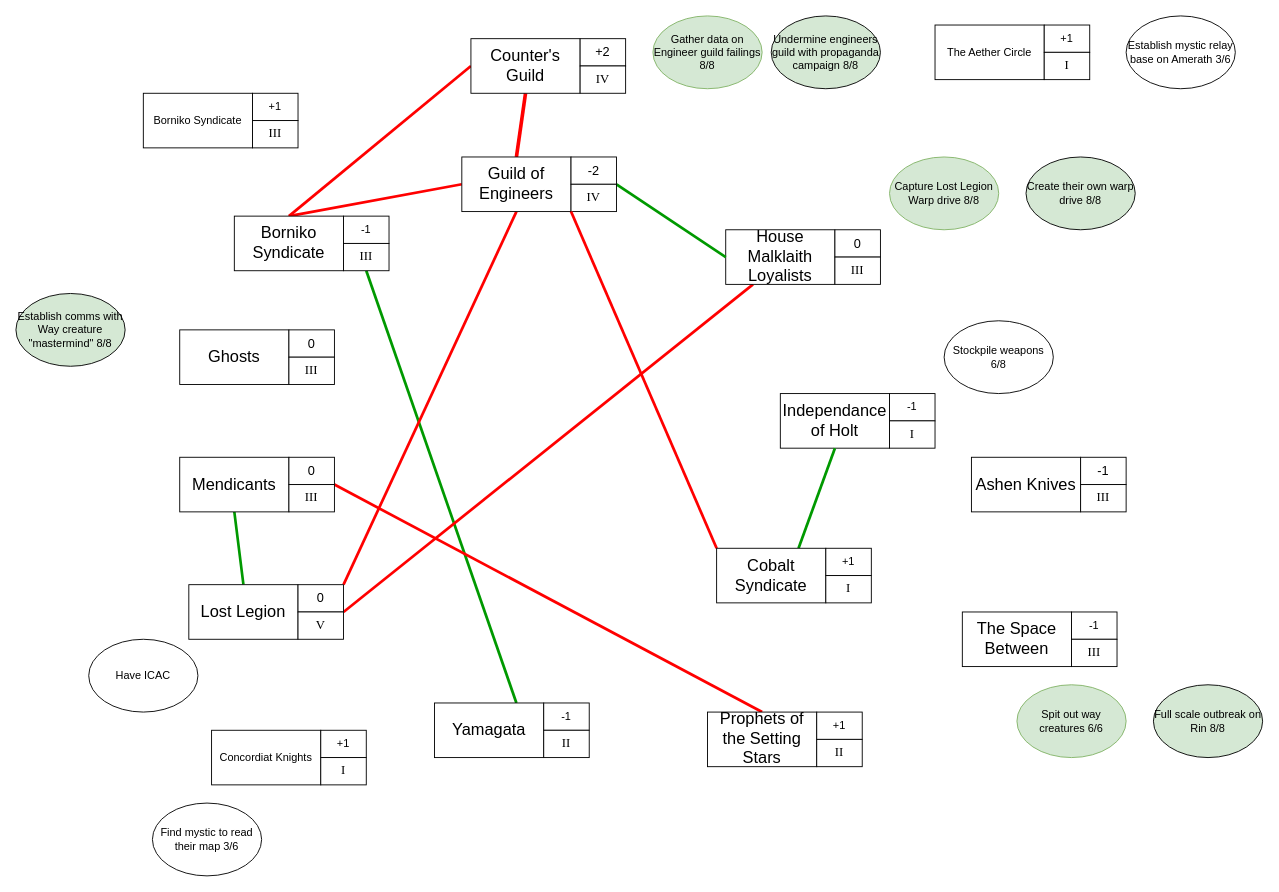
Before: SaV_Season2.drawio in decyne/rpg-prep, a draw.io diagram. Source tidied: cells renumbered, new cells numbered last; positions are measured from the earlier drawing's top-left corner, leaving out a move shared by most shapes. Both pictures are drawn from the tidied source at 91%, with x=0, y=0 at pixel (15, 15).
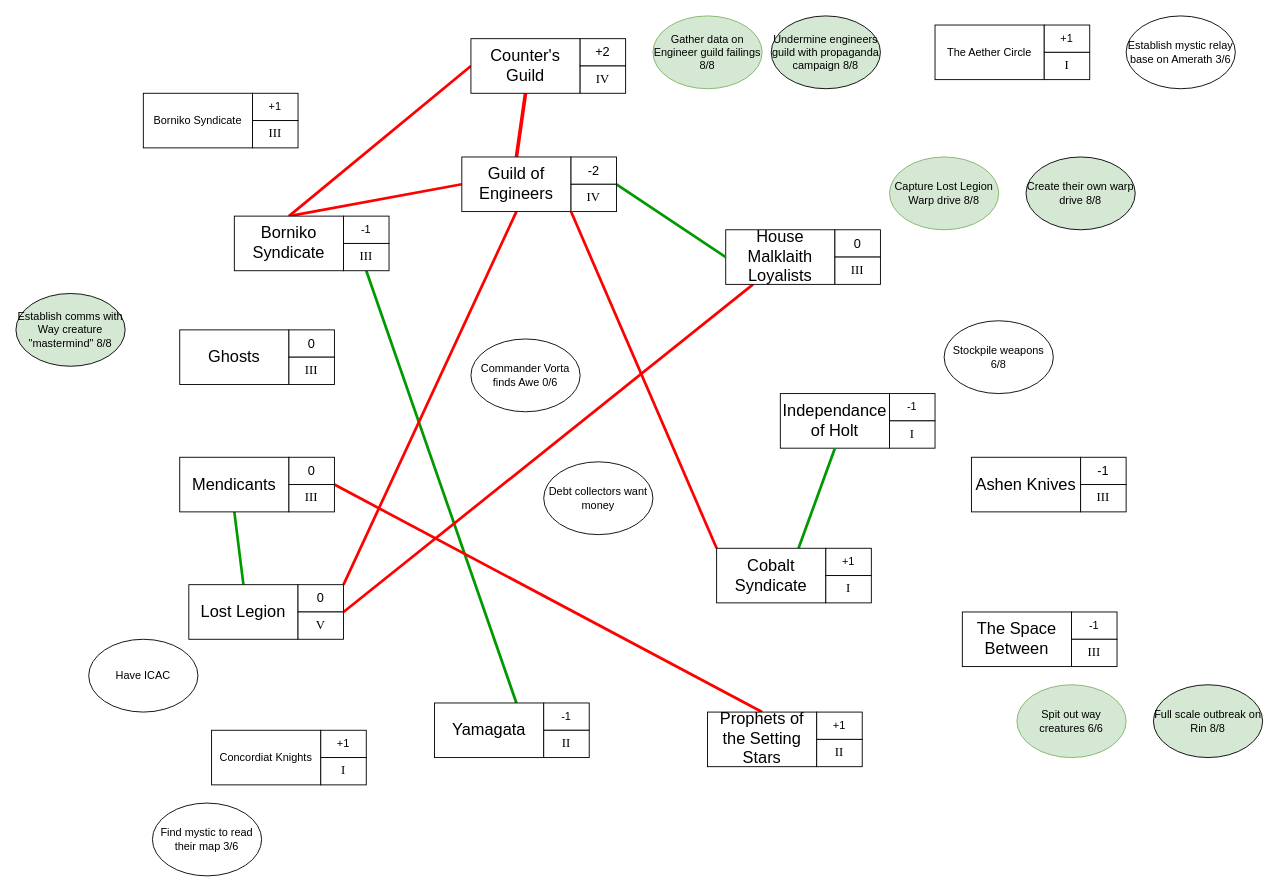
Above is the later version.

Diff of the diagram source:
```diff
@@
+    <mxCell id="72" value="Commander Vorta finds Awe 0/6" style="ellipse;whiteSpace=wrap;html=1;fillColor=#FFFFFF;" parent="1" vertex="1">
+      <mxGeometry x="500" y="355" width="120" height="80" as="geometry" />
+    </mxCell>
+    <mxCell id="73" value="Debt collectors want money" style="ellipse;whiteSpace=wrap;html=1;fillColor=#FFFFFF;" parent="1" vertex="1">
+      <mxGeometry x="580" y="490" width="120" height="80" as="geometry" />
+    </mxCell>
```
